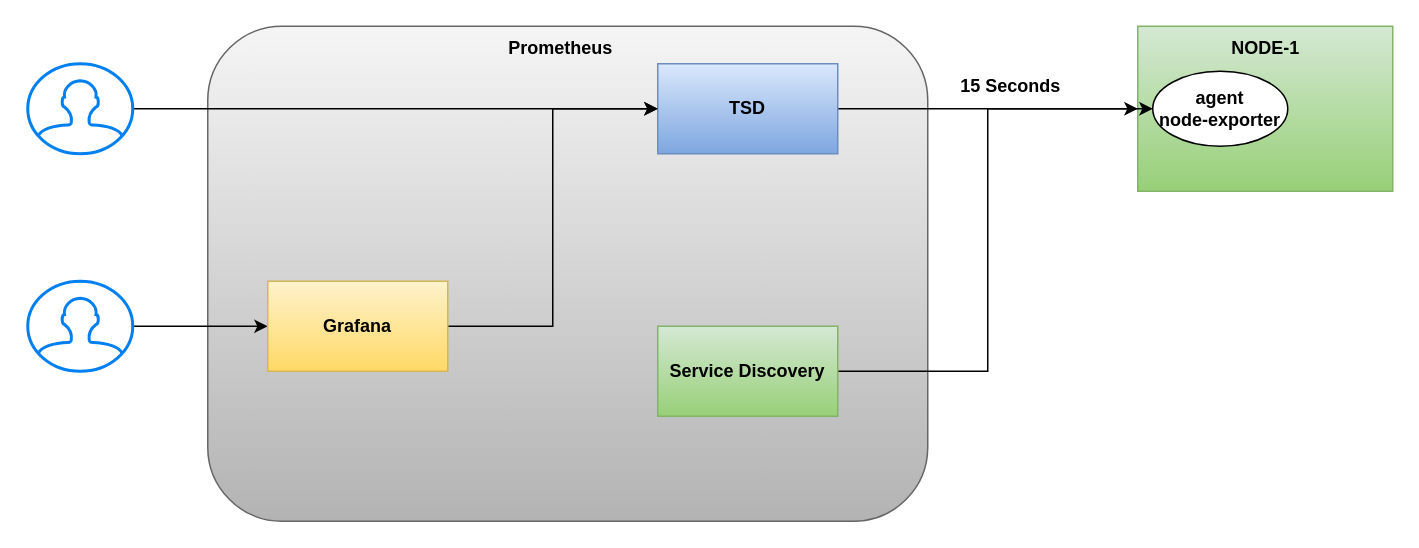
Before: prometheus.drawio in DAWS-82S/diagrams, a draw.io diagram. Source tidied: cells renumbered, new cells numbered last; positions are measured from the earlier drawing's top-left corner, leaving out a move shared by most shapes. Both pictures are drawn from the tidied source at 150%, with x=0, y=0 at pixel (27, 26).
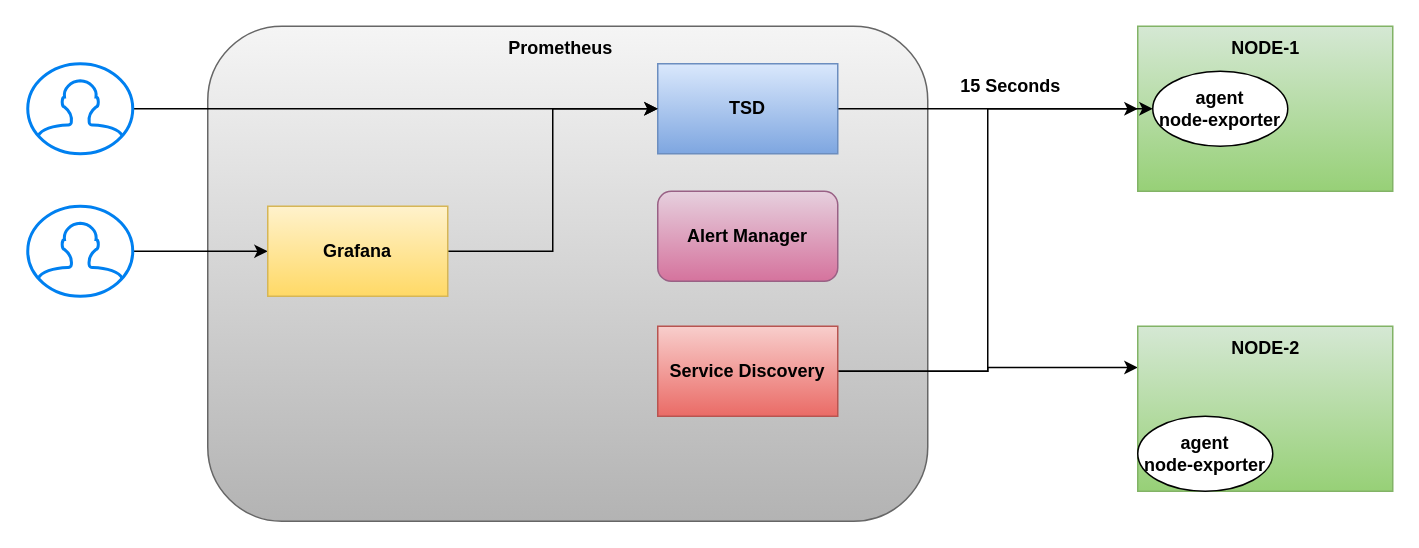
The same diagram, later.

Commit message:
hello world started

Diff of the diagram source:
```diff
@@
     <mxCell id="13" style="html=1;verticalLabelPosition=bottom;align=center;labelBackgroundColor=#ffffff;verticalAlign=top;strokeWidth=2;strokeColor=#0080F0;shadow=0;dashed=0;shape=mxgraph.ios7.icons.user;" parent="1" vertex="1">
-      <mxGeometry y="170" width="70" height="60" as="geometry" />
+      <mxGeometry y="120" width="70" height="60" as="geometry" />
     </mxCell>
@@
     <mxCell id="15" value="&lt;b&gt;Grafana&lt;/b&gt;" style="rounded=0;whiteSpace=wrap;html=1;fillColor=#fff2cc;gradientColor=#ffd966;strokeColor=#d6b656;" parent="1" vertex="1">
-      <mxGeometry x="160" y="170" width="120" height="60" as="geometry" />
+      <mxGeometry x="160" y="120" width="120" height="60" as="geometry" />
     </mxCell>
@@
+    <mxCell id="18" style="edgeStyle=orthogonalEdgeStyle;rounded=0;jettySize=auto;html=1;entryX=0;entryY=0.25;entryDx=0;entryDy=0;" parent="1" edge="1" source="17" target="19">
+      <mxGeometry relative="1" as="geometry" />
+    </mxCell>
-    <mxCell id="17" value="&lt;b&gt;Service Discovery&lt;/b&gt;" style="rounded=0;whiteSpace=wrap;html=1;fillColor=#d5e8d4;gradientColor=#97d077;strokeColor=#82b366;" parent="1" vertex="1">
+    <mxCell id="17" value="&lt;b&gt;Service Discovery&lt;/b&gt;" style="rounded=0;whiteSpace=wrap;html=1;fillColor=#f8cecc;strokeColor=#b85450;gradientColor=#ea6b66;" parent="1" vertex="1">
       <mxGeometry x="420" y="200" width="120" height="60" as="geometry" />
     </mxCell>
+    <mxCell id="19" style="rounded=0;whiteSpace=wrap;html=1;fillColor=#d5e8d4;gradientColor=#97d077;strokeColor=#82b366;" parent="1" vertex="1">
+      <mxGeometry x="740" y="200" width="170" height="110" as="geometry" />
+    </mxCell>
+    <mxCell id="20" value="&lt;b&gt;agent&lt;/b&gt;&lt;div&gt;&lt;b&gt;node-exporter&lt;/b&gt;&lt;/div&gt;" style="ellipse;whiteSpace=wrap;html=1;" parent="1" vertex="1">
+      <mxGeometry x="740" y="260" width="90" height="50" as="geometry" />
+    </mxCell>
+    <mxCell id="21" value="&lt;b&gt;NODE-2&lt;/b&gt;" style="text;html=1;align=center;verticalAlign=middle;strokeColor=none;fillColor=none;" parent="1" vertex="1">
+      <mxGeometry x="790" y="200" width="70" height="30" as="geometry" />
+    </mxCell>
+    <mxCell id="22" value="&lt;b&gt;Alert Manager&lt;/b&gt;" style="rounded=1;whiteSpace=wrap;html=1;fillColor=#e6d0de;gradientColor=#d5739d;strokeColor=#996185;" parent="1" vertex="1">
+      <mxGeometry x="420" y="110" width="120" height="60" as="geometry" />
+    </mxCell>
```
